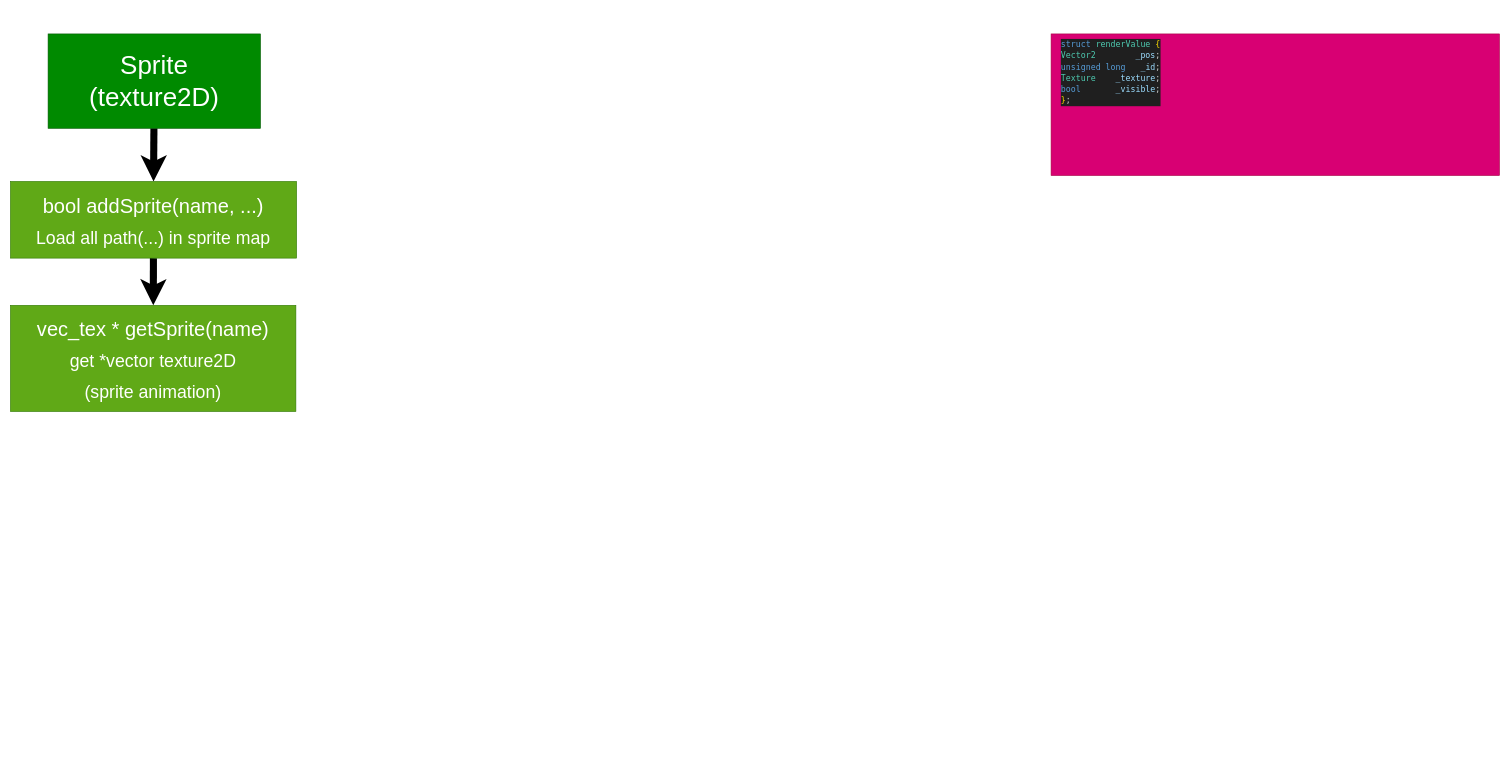
This is note/plant.drawio from sm222/2DGameMaker, a draw.io file, before an edit. Source tidied: cells renumbered, new cells numbered last; positions are measured from the earlier drawing's top-left corner, leaving out a move shared by most shapes. Both pictures are drawn from the tidied source at 59%, with x=0, y=0 at pixel (10, 10).
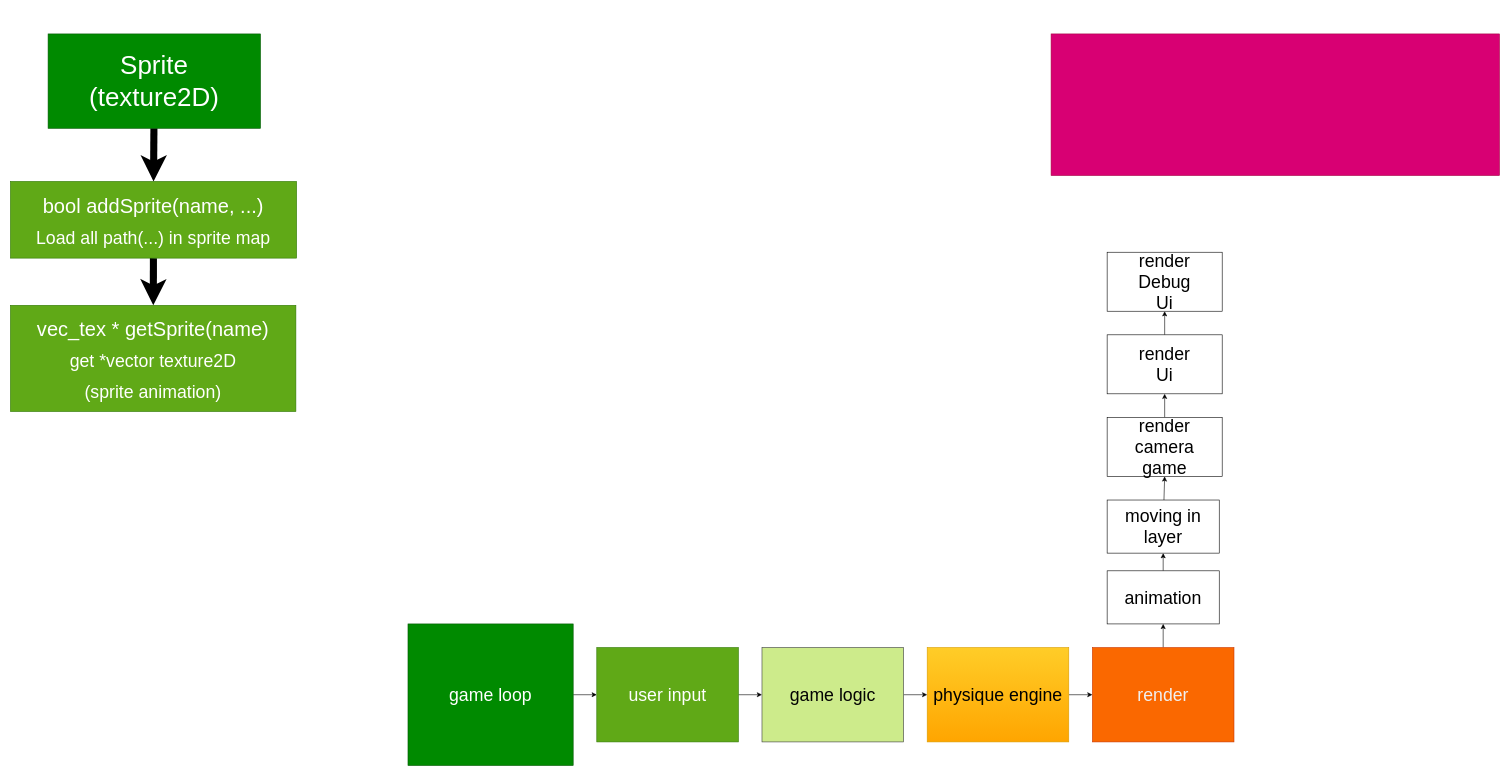
Above is the later version.

Commit message:
working on plant

What changed in the source:
```diff
@@
-    <mxCell id="4" value="&lt;div style=&quot;background-color: rgb(31, 31, 31); font-family: &amp;quot;Droid Sans Mono&amp;quot;, &amp;quot;monospace&amp;quot;, monospace; font-size: 14px; line-height: 19px;&quot;&gt;&lt;div style=&quot;&quot;&gt;&lt;span style=&quot;color: rgb(204, 204, 204);&quot;&gt;&lt;span style=&quot;color: #569cd6;&quot;&gt;struct&lt;/span&gt; &lt;span style=&quot;color: #4ec9b0;&quot;&gt;renderValue&lt;/span&gt; &lt;/span&gt;&lt;font color=&quot;#ffdd00&quot;&gt;{&lt;/font&gt;&lt;/div&gt;&lt;div style=&quot;&quot;&gt;    &lt;span style=&quot;color: rgb(78, 201, 176);&quot;&gt;Vector2&lt;/span&gt;&lt;font color=&quot;#cccccc&quot;&gt;&amp;nbsp; &amp;nbsp; &amp;nbsp; &amp;nbsp;&amp;nbsp;&lt;/font&gt;&lt;span style=&quot;color: rgb(156, 220, 254);&quot;&gt;_pos&lt;/span&gt;&lt;font color=&quot;#cccccc&quot;&gt;;&lt;/font&gt;&lt;/div&gt;&lt;div style=&quot;&quot;&gt;    &lt;span style=&quot;color: rgb(86, 156, 214);&quot;&gt;unsigned&lt;/span&gt; &lt;span style=&quot;color: rgb(86, 156, 214);&quot;&gt;long&lt;/span&gt;&lt;font color=&quot;#cccccc&quot;&gt;&amp;nbsp; &amp;nbsp;&lt;/font&gt;&lt;span style=&quot;color: rgb(156, 220, 254);&quot;&gt;_id&lt;/span&gt;&lt;font color=&quot;#cccccc&quot;&gt;;&lt;/font&gt;&lt;/div&gt;&lt;div style=&quot;&quot;&gt;&lt;span style=&quot;color: rgb(78, 201, 176);&quot;&gt;Texture&lt;/span&gt;&lt;font color=&quot;#cccccc&quot;&gt;&amp;nbsp; &amp;nbsp;&amp;nbsp;&lt;/font&gt;&lt;span style=&quot;color: rgb(156, 220, 254);&quot;&gt;_texture&lt;/span&gt;&lt;font color=&quot;#cccccc&quot;&gt;;&lt;/font&gt;&lt;/div&gt;&lt;div style=&quot;&quot;&gt;    &lt;span style=&quot;color: rgb(86, 156, 214);&quot;&gt;bool&lt;/span&gt;&lt;font color=&quot;#cccccc&quot;&gt;&amp;nbsp; &amp;nbsp; &amp;nbsp; &amp;nbsp;&lt;/font&gt;&lt;span style=&quot;color: rgb(156, 220, 254);&quot;&gt;_visible&lt;/span&gt;&lt;font color=&quot;#cccccc&quot;&gt;;&lt;/font&gt;&lt;/div&gt;&lt;div style=&quot;&quot;&gt;&lt;font color=&quot;#ffdd00&quot;&gt;}&lt;/font&gt;&lt;span style=&quot;color: rgb(204, 204, 204);&quot;&gt;;&lt;/span&gt;&lt;/div&gt;&lt;/div&gt;" style="text;html=1;align=left;verticalAlign=middle;strokeColor=none;fillColor=none;fontSize=24;fontColor=#FFFFFF;" parent="1" vertex="1">
-      <mxGeometry x="1779" y="40" width="190" height="130" as="geometry" />
-    </mxCell>
@@
+    <mxCell id="10" style="edgeStyle=none;html=1;entryX=0;entryY=0.5;entryDx=0;entryDy=0;fontSize=30;" parent="1" edge="1" source="11" target="13">
+      <mxGeometry relative="1" as="geometry" />
+    </mxCell>
+    <mxCell id="11" value="&lt;span style=&quot;font-size: 30px;&quot;&gt;game loop&lt;/span&gt;" style="whiteSpace=wrap;html=1;fillColor=#008a00;fontColor=#ffffff;strokeColor=#005700;" parent="1" vertex="1">
+      <mxGeometry x="674" y="1040" width="280" height="240" as="geometry" />
+    </mxCell>
+    <mxCell id="12" style="edgeStyle=none;html=1;entryX=0;entryY=0.5;entryDx=0;entryDy=0;fontSize=30;fontColor=#030303;" parent="1" edge="1" source="13" target="23">
+      <mxGeometry relative="1" as="geometry" />
+    </mxCell>
+    <mxCell id="13" value="&lt;span style=&quot;font-size: 30px;&quot;&gt;user input&lt;/span&gt;" style="whiteSpace=wrap;html=1;fillColor=#60a917;fontColor=#ffffff;strokeColor=#2D7600;" parent="1" vertex="1">
+      <mxGeometry x="994" y="1080" width="240" height="160" as="geometry" />
+    </mxCell>
+    <mxCell id="14" style="edgeStyle=none;html=1;entryX=0;entryY=0.5;entryDx=0;entryDy=0;fontSize=30;" parent="1" edge="1" source="15" target="17">
+      <mxGeometry relative="1" as="geometry" />
+    </mxCell>
+    <mxCell id="15" value="&lt;span style=&quot;font-size: 30px;&quot;&gt;physique engine&lt;/span&gt;" style="whiteSpace=wrap;html=1;fillColor=#ffcd28;gradientColor=#ffa500;strokeColor=#d79b00;" parent="1" vertex="1">
+      <mxGeometry x="1554" y="1080" width="240" height="160" as="geometry" />
+    </mxCell>
+    <mxCell id="16" style="edgeStyle=none;html=1;entryX=0.5;entryY=1;entryDx=0;entryDy=0;fontSize=30;" parent="1" edge="1" source="17" target="19">
+      <mxGeometry relative="1" as="geometry" />
+    </mxCell>
+    <mxCell id="17" value="&lt;font color=&quot;#f0f0f0&quot;&gt;&lt;span style=&quot;font-size: 30px;&quot;&gt;render&lt;/span&gt;&lt;/font&gt;" style="whiteSpace=wrap;html=1;fillColor=#fa6800;strokeColor=#C73500;fontColor=#000000;" parent="1" vertex="1">
+      <mxGeometry x="1834" y="1080" width="240" height="160" as="geometry" />
+    </mxCell>
+    <mxCell id="18" style="edgeStyle=none;html=1;entryX=0.5;entryY=1;entryDx=0;entryDy=0;fontSize=30;" parent="1" edge="1" source="19" target="21">
+      <mxGeometry relative="1" as="geometry" />
+    </mxCell>
+    <mxCell id="19" value="animation" style="whiteSpace=wrap;html=1;fontSize=30;" parent="1" vertex="1">
+      <mxGeometry x="1859" y="950" width="190" height="90" as="geometry" />
+    </mxCell>
+    <mxCell id="20" style="edgeStyle=none;html=1;entryX=0.5;entryY=1;entryDx=0;entryDy=0;fontSize=30;fontColor=#030303;" parent="1" edge="1" source="21" target="25">
+      <mxGeometry relative="1" as="geometry" />
+    </mxCell>
+    <mxCell id="21" value="moving in layer" style="whiteSpace=wrap;html=1;fontSize=30;" parent="1" vertex="1">
+      <mxGeometry x="1859" y="830" width="190" height="90" as="geometry" />
+    </mxCell>
+    <mxCell id="22" style="edgeStyle=none;html=1;entryX=0;entryY=0.5;entryDx=0;entryDy=0;fontSize=30;fontColor=#030303;" parent="1" edge="1" source="23" target="15">
+      <mxGeometry relative="1" as="geometry" />
+    </mxCell>
+    <mxCell id="23" value="&lt;font color=&quot;#030303&quot;&gt;&lt;span style=&quot;font-size: 30px;&quot;&gt;game logic&lt;/span&gt;&lt;/font&gt;" style="whiteSpace=wrap;html=1;fillColor=#cdeb8b;strokeColor=#36393d;" parent="1" vertex="1">
+      <mxGeometry x="1274" y="1080" width="240" height="160" as="geometry" />
+    </mxCell>
+    <mxCell id="24" style="edgeStyle=none;html=1;entryX=0.5;entryY=1;entryDx=0;entryDy=0;fontSize=30;fontColor=#030303;" parent="1" edge="1" source="25" target="27">
+      <mxGeometry relative="1" as="geometry" />
+    </mxCell>
+    <mxCell id="25" value="render camera&lt;br&gt;game" style="whiteSpace=wrap;html=1;fontSize=30;" parent="1" vertex="1">
+      <mxGeometry x="1859" y="690" width="195" height="100" as="geometry" />
+    </mxCell>
+    <mxCell id="26" style="edgeStyle=none;html=1;entryX=0.5;entryY=1;entryDx=0;entryDy=0;fontSize=30;fontColor=#030303;" parent="1" edge="1" source="27" target="28">
+      <mxGeometry relative="1" as="geometry" />
+    </mxCell>
+    <mxCell id="27" value="render&lt;br&gt;Ui" style="whiteSpace=wrap;html=1;fontSize=30;" parent="1" vertex="1">
+      <mxGeometry x="1859" y="550" width="195" height="100" as="geometry" />
+    </mxCell>
+    <mxCell id="28" value="render&lt;br&gt;Debug&lt;br&gt;Ui" style="whiteSpace=wrap;html=1;fontSize=30;" parent="1" vertex="1">
+      <mxGeometry x="1859" y="410" width="195" height="100" as="geometry" />
+    </mxCell>
```
